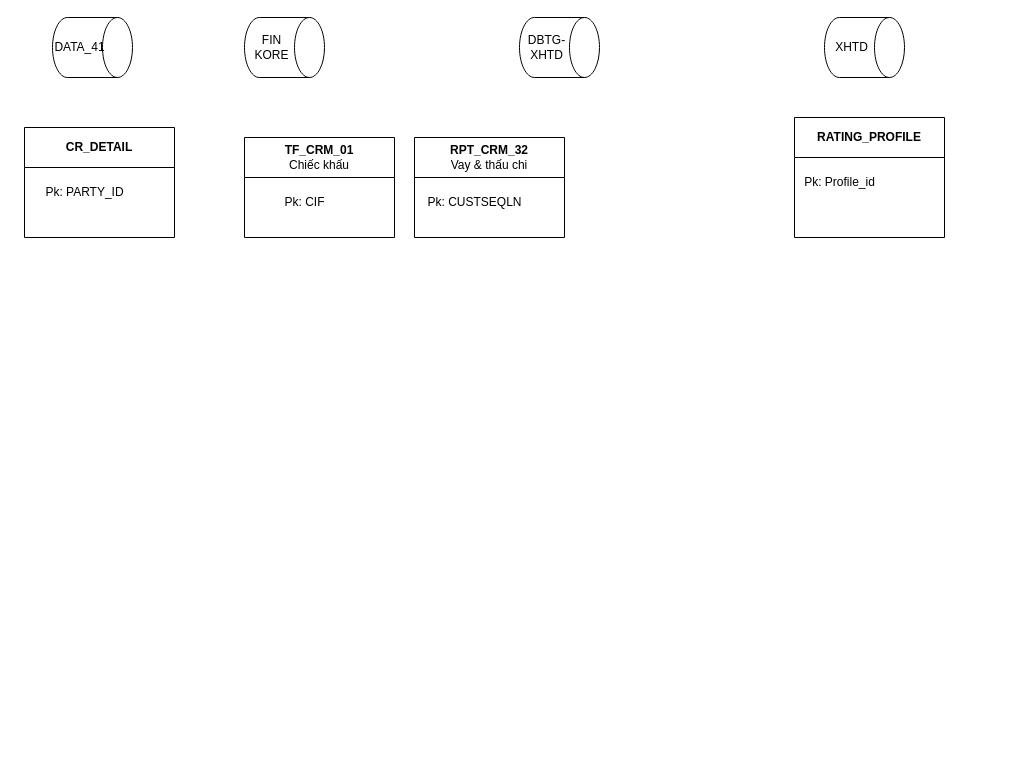
Earlier version of the draw.io diagram Untitled Diagram.drawio (Midland-tanaka/XHTD). Source tidied: cells renumbered, new cells numbered last; positions are measured from the earlier drawing's top-left corner, leaving out a move shared by most shapes. Both pictures are drawn from the tidied source at 100%, with x=0, y=0 at pixel (24, 17).
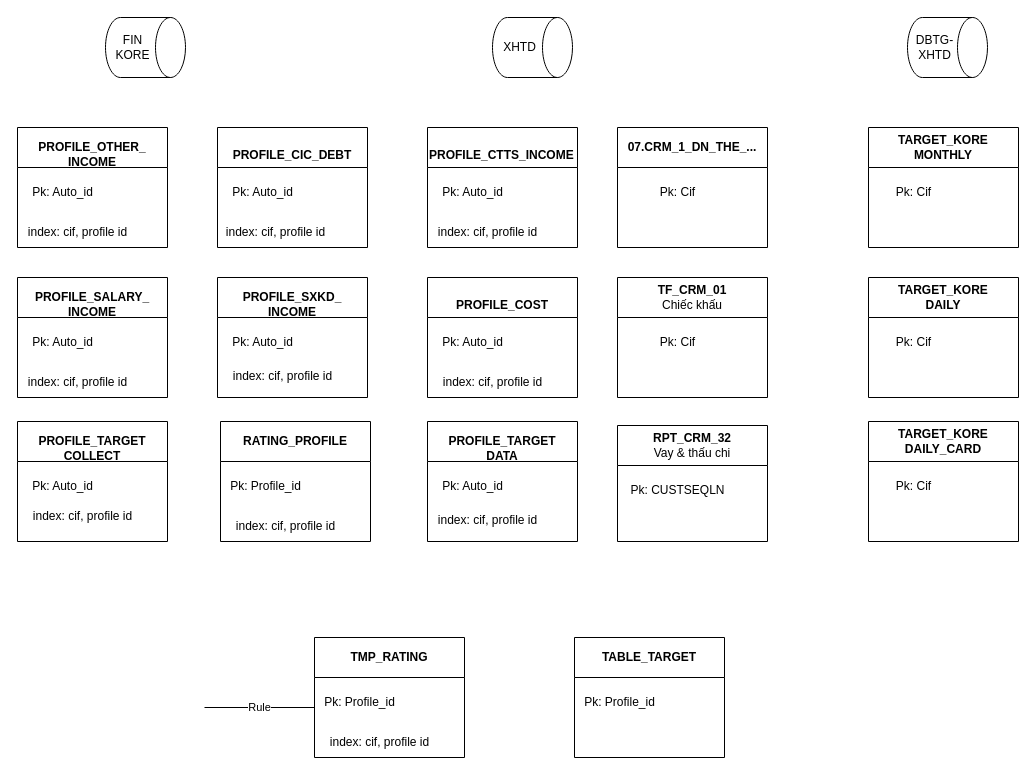
The same page after the edit.

What changed in the source:
```diff
@@
     <mxCell id="2" value="TF_CRM_01&lt;br style=&quot;font-weight: 400;&quot;&gt;&lt;span style=&quot;font-weight: 400;&quot;&gt;Chiếc khấu&lt;/span&gt;" style="swimlane;whiteSpace=wrap;html=1;swimlaneLine=1;shadow=0;rounded=0;startSize=40;arcSize=43;swimlaneFillColor=none;" parent="1" vertex="1">
-      <mxGeometry x="220" y="120" width="150" height="100" as="geometry" />
+      <mxGeometry x="593" y="260" width="150" height="120" as="geometry" />
     </mxCell>
-    <mxCell id="3" value="Pk: CIF" style="text;html=1;align=center;verticalAlign=middle;strokeColor=none;fillColor=none;" parent="2" vertex="1">
+    <mxCell id="3" value="Pk: Cif" style="text;html=1;align=center;verticalAlign=middle;strokeColor=none;fillColor=none;" parent="2" vertex="1">
       <mxGeometry x="30" y="50" width="60" height="30" as="geometry" />
     </mxCell>
-    <mxCell id="4" value="DATA_41" style="shape=cylinder3;whiteSpace=wrap;html=1;boundedLbl=1;backgroundOutline=1;size=15;direction=south;" parent="1" vertex="1">
-      <mxGeometry x="28" width="80" height="60" as="geometry" />
-    </mxCell>
     <mxCell id="5" value="XHTD" style="shape=cylinder3;whiteSpace=wrap;html=1;boundedLbl=1;backgroundOutline=1;size=15;direction=south;" parent="1" vertex="1">
-      <mxGeometry x="800" width="80" height="60" as="geometry" />
+      <mxGeometry x="468" width="80" height="60" as="geometry" />
     </mxCell>
     <mxCell id="6" value="DBTG-XHTD" style="shape=cylinder3;whiteSpace=wrap;html=1;boundedLbl=1;backgroundOutline=1;size=15;direction=south;" parent="1" vertex="1">
-      <mxGeometry x="495" width="80" height="60" as="geometry" />
+      <mxGeometry x="883" width="80" height="60" as="geometry" />
     </mxCell>
     <mxCell id="7" value="FIN&lt;br&gt;KORE" style="shape=cylinder3;whiteSpace=wrap;html=1;boundedLbl=1;backgroundOutline=1;size=15;direction=south;" parent="1" vertex="1">
-      <mxGeometry x="220" width="80" height="60" as="geometry" />
+      <mxGeometry x="81" width="80" height="60" as="geometry" />
     </mxCell>
     <mxCell id="8" value="RATING_PROFILE" style="swimlane;whiteSpace=wrap;html=1;swimlaneLine=1;shadow=0;rounded=0;startSize=40;arcSize=43;swimlaneFillColor=none;" parent="1" vertex="1">
-      <mxGeometry x="770" y="100" width="150" height="120" as="geometry" />
+      <mxGeometry x="196" y="404" width="150" height="120" as="geometry" />
     </mxCell>
@@
+    <mxCell id="14" value="index: cif, profile id" style="text;html=1;align=center;verticalAlign=middle;strokeColor=none;fillColor=none;" parent="8" vertex="1">
+      <mxGeometry x="5" y="90" width="120" height="30" as="geometry" />
+    </mxCell>
     <mxCell id="10" value="RPT_CRM_32&lt;br style=&quot;font-weight: 400;&quot;&gt;&lt;span style=&quot;font-weight: 400;&quot;&gt;Vay &amp;amp; thấu chi&lt;/span&gt;" style="swimlane;whiteSpace=wrap;html=1;swimlaneLine=1;shadow=0;rounded=0;startSize=40;arcSize=43;swimlaneFillColor=none;" parent="1" vertex="1">
-      <mxGeometry x="390" y="120" width="150" height="100" as="geometry" />
+      <mxGeometry x="593" y="408" width="150" height="116" as="geometry" />
     </mxCell>
@@
-    <mxCell id="12" value="CR_DETAIL" style="swimlane;whiteSpace=wrap;html=1;swimlaneLine=1;shadow=0;rounded=0;startSize=40;arcSize=43;swimlaneFillColor=none;" parent="1" vertex="1">
-      <mxGeometry y="110" width="150" height="110" as="geometry" />
-    </mxCell>
-    <mxCell id="13" value="Pk: PARTY_ID" style="text;html=1;align=center;verticalAlign=middle;strokeColor=none;fillColor=none;" parent="12" vertex="1">
-      <mxGeometry x="10" y="50" width="100" height="30" as="geometry" />
-    </mxCell>
+    <mxCell id="15" value="07.CRM_1_DN_THE_..." style="swimlane;whiteSpace=wrap;html=1;swimlaneLine=1;shadow=0;rounded=0;startSize=40;arcSize=43;swimlaneFillColor=none;" parent="1" vertex="1">
+      <mxGeometry x="593" y="110" width="150" height="120" as="geometry" />
+    </mxCell>
+    <mxCell id="16" value="Pk: Cif" style="text;html=1;align=center;verticalAlign=middle;strokeColor=none;fillColor=none;" parent="15" vertex="1">
+      <mxGeometry x="30" y="50" width="60" height="30" as="geometry" />
+    </mxCell>
+    <mxCell id="17" value="&lt;table style=&quot;border-collapse:&lt;br/&gt; collapse;width:62pt&quot; width=&quot;83&quot; cellspacing=&quot;0&quot; cellpadding=&quot;0&quot; border=&quot;0&quot;&gt;&lt;tbody&gt;&lt;tr style=&quot;height:16.8pt&quot; height=&quot;22&quot;&gt;&lt;br/&gt;  &lt;td style=&quot;height:16.8pt;width:62pt&quot; width=&quot;83&quot; class=&quot;xl63&quot; height=&quot;22&quot;&gt;PROFILE_CIC_DEBT&lt;/td&gt;&lt;/tr&gt;&lt;/tbody&gt;&lt;/table&gt;" style="swimlane;whiteSpace=wrap;html=1;swimlaneLine=1;shadow=0;rounded=0;startSize=40;arcSize=43;swimlaneFillColor=none;" parent="1" vertex="1">
+      <mxGeometry x="193" y="110" width="150" height="120" as="geometry" />
+    </mxCell>
+    <mxCell id="18" value="Pk: Auto_id" style="text;html=1;align=center;verticalAlign=middle;strokeColor=none;fillColor=none;" parent="17" vertex="1">
+      <mxGeometry x="5" y="50" width="80" height="30" as="geometry" />
+    </mxCell>
+    <mxCell id="19" value="index: cif, profile id" style="text;html=1;align=center;verticalAlign=middle;strokeColor=none;fillColor=none;" parent="17" vertex="1">
+      <mxGeometry x="-2" y="90" width="120" height="30" as="geometry" />
+    </mxCell>
+    <mxCell id="20" value="&lt;br&gt;&lt;table style=&quot;border-collapse:&lt;br/&gt; collapse;width:62pt&quot; width=&quot;83&quot; cellspacing=&quot;0&quot; cellpadding=&quot;0&quot; border=&quot;0&quot;&gt;&lt;tbody&gt;&lt;tr style=&quot;height:16.8pt&quot; height=&quot;22&quot;&gt;  &lt;td style=&quot;height:16.8pt;width:62pt&quot; width=&quot;83&quot; class=&quot;xl63&quot; height=&quot;22&quot;&gt;PROFILE_COST&lt;/td&gt;&lt;/tr&gt;&lt;/tbody&gt;&lt;/table&gt;" style="swimlane;whiteSpace=wrap;html=1;swimlaneLine=1;shadow=0;rounded=0;startSize=40;arcSize=43;swimlaneFillColor=none;" parent="1" vertex="1">
+      <mxGeometry x="403" y="260" width="150" height="120" as="geometry" />
+    </mxCell>
+    <mxCell id="21" value="Pk: Auto_id" style="text;html=1;align=center;verticalAlign=middle;strokeColor=none;fillColor=none;" parent="20" vertex="1">
+      <mxGeometry x="5" y="50" width="80" height="30" as="geometry" />
+    </mxCell>
+    <mxCell id="22" value="index: cif, profile id" style="text;html=1;align=center;verticalAlign=middle;strokeColor=none;fillColor=none;" parent="20" vertex="1">
+      <mxGeometry x="5" y="90" width="120" height="30" as="geometry" />
+    </mxCell>
+    <mxCell id="23" value="&lt;table style=&quot;border-collapse:&lt;br/&gt; collapse;width:75pt&quot; width=&quot;100&quot; cellspacing=&quot;0&quot; cellpadding=&quot;0&quot; border=&quot;0&quot;&gt;&lt;tbody&gt;&lt;tr style=&quot;height:13.8pt&quot; height=&quot;18&quot;&gt;&lt;br/&gt;  &lt;td style=&quot;height:13.8pt;width:75pt&quot; width=&quot;100&quot; class=&quot;xl65&quot; height=&quot;18&quot;&gt;PROFILE_CTTS_INCOME&lt;/td&gt;&lt;/tr&gt;&lt;/tbody&gt;&lt;/table&gt;" style="swimlane;whiteSpace=wrap;html=1;swimlaneLine=1;shadow=0;rounded=0;startSize=40;arcSize=43;swimlaneFillColor=none;align=left;" parent="1" vertex="1">
+      <mxGeometry x="403" y="110" width="150" height="120" as="geometry" />
+    </mxCell>
+    <mxCell id="24" value="Pk: Auto_id" style="text;html=1;align=center;verticalAlign=middle;strokeColor=none;fillColor=none;" parent="23" vertex="1">
+      <mxGeometry x="5" y="50" width="80" height="30" as="geometry" />
+    </mxCell>
+    <mxCell id="25" value="index: cif, profile id" style="text;html=1;align=center;verticalAlign=middle;strokeColor=none;fillColor=none;" parent="23" vertex="1">
+      <mxGeometry y="90" width="120" height="30" as="geometry" />
+    </mxCell>
+    <mxCell id="26" value="&lt;br&gt;&lt;table style=&quot;border-collapse:&lt;br/&gt; collapse;width:75pt&quot; width=&quot;100&quot; cellspacing=&quot;0&quot; cellpadding=&quot;0&quot; border=&quot;0&quot;&gt;&lt;tbody&gt;&lt;tr style=&quot;height:13.8pt&quot; height=&quot;18&quot;&gt;  &lt;td style=&quot;height:13.8pt;width:75pt&quot; width=&quot;100&quot; class=&quot;xl65&quot; height=&quot;18&quot;&gt;PROFILE_OTHER_&lt;br&gt;INCOME&lt;/td&gt;&lt;/tr&gt;&lt;/tbody&gt;&lt;/table&gt;" style="swimlane;whiteSpace=wrap;html=1;swimlaneLine=1;shadow=0;rounded=0;startSize=40;arcSize=43;swimlaneFillColor=none;" parent="1" vertex="1">
+      <mxGeometry x="-7" y="110" width="150" height="120" as="geometry" />
+    </mxCell>
+    <mxCell id="27" value="Pk: Auto_id" style="text;html=1;align=center;verticalAlign=middle;strokeColor=none;fillColor=none;" parent="26" vertex="1">
+      <mxGeometry x="5" y="50" width="80" height="30" as="geometry" />
+    </mxCell>
+    <mxCell id="28" value="index: cif, profile id" style="text;html=1;align=center;verticalAlign=middle;strokeColor=none;fillColor=none;" parent="26" vertex="1">
+      <mxGeometry y="90" width="120" height="30" as="geometry" />
+    </mxCell>
+    <mxCell id="29" value="&lt;br&gt;&lt;table style=&quot;border-collapse:&lt;br/&gt; collapse;width:75pt&quot; width=&quot;100&quot; cellspacing=&quot;0&quot; cellpadding=&quot;0&quot; border=&quot;0&quot;&gt;&lt;tbody&gt;&lt;tr style=&quot;height:13.8pt&quot; height=&quot;18&quot;&gt;  &lt;td style=&quot;height:13.8pt;width:75pt&quot; width=&quot;100&quot; class=&quot;xl65&quot; height=&quot;18&quot;&gt;PROFILE_SALARY_&lt;br&gt;INCOME&lt;/td&gt;&lt;/tr&gt;&lt;/tbody&gt;&lt;/table&gt;" style="swimlane;whiteSpace=wrap;html=1;swimlaneLine=1;shadow=0;rounded=0;startSize=40;arcSize=43;swimlaneFillColor=none;" parent="1" vertex="1">
+      <mxGeometry x="-7" y="260" width="150" height="120" as="geometry" />
+    </mxCell>
+    <mxCell id="30" value="Pk: Auto_id" style="text;html=1;align=center;verticalAlign=middle;strokeColor=none;fillColor=none;" parent="29" vertex="1">
+      <mxGeometry x="5" y="50" width="80" height="30" as="geometry" />
+    </mxCell>
+    <mxCell id="31" value="index: cif, profile id" style="text;html=1;align=center;verticalAlign=middle;strokeColor=none;fillColor=none;" parent="29" vertex="1">
+      <mxGeometry y="90" width="120" height="30" as="geometry" />
+    </mxCell>
+    <mxCell id="32" value="&lt;br&gt;&lt;table style=&quot;border-collapse:&lt;br/&gt; collapse;width:75pt&quot; width=&quot;100&quot; cellspacing=&quot;0&quot; cellpadding=&quot;0&quot; border=&quot;0&quot;&gt;&lt;tbody&gt;&lt;tr style=&quot;height:13.8pt&quot; height=&quot;18&quot;&gt;  &lt;td style=&quot;height:13.8pt;width:75pt&quot; width=&quot;100&quot; class=&quot;xl65&quot; height=&quot;18&quot;&gt;PROFILE_SXKD_&lt;br&gt;INCOME&lt;/td&gt;&lt;/tr&gt;&lt;/tbody&gt;&lt;/table&gt;" style="swimlane;whiteSpace=wrap;html=1;swimlaneLine=1;shadow=0;rounded=0;startSize=40;arcSize=43;swimlaneFillColor=none;" parent="1" vertex="1">
+      <mxGeometry x="193" y="260" width="150" height="120" as="geometry" />
+    </mxCell>
+    <mxCell id="33" value="Pk: Auto_id" style="text;html=1;align=center;verticalAlign=middle;strokeColor=none;fillColor=none;" parent="32" vertex="1">
+      <mxGeometry x="5" y="50" width="80" height="30" as="geometry" />
+    </mxCell>
+    <mxCell id="34" value="index: cif, profile id" style="text;html=1;align=center;verticalAlign=middle;strokeColor=none;fillColor=none;" parent="32" vertex="1">
+      <mxGeometry x="5" y="84" width="120" height="30" as="geometry" />
+    </mxCell>
+    <mxCell id="35" value="&lt;br&gt;&lt;table style=&quot;border-collapse:&lt;br/&gt; collapse;width:75pt&quot; width=&quot;100&quot; cellspacing=&quot;0&quot; cellpadding=&quot;0&quot; border=&quot;0&quot;&gt;&lt;tbody&gt;&lt;tr style=&quot;height:13.8pt&quot; height=&quot;18&quot;&gt;  &lt;td style=&quot;height:13.8pt;width:75pt&quot; width=&quot;100&quot; class=&quot;xl65&quot; height=&quot;18&quot;&gt;PROFILE_TARGET&lt;br&gt;COLLECT&lt;/td&gt;&lt;/tr&gt;&lt;/tbody&gt;&lt;/table&gt;" style="swimlane;whiteSpace=wrap;html=1;swimlaneLine=1;shadow=0;rounded=0;startSize=40;arcSize=43;swimlaneFillColor=none;" parent="1" vertex="1">
+      <mxGeometry x="-7" y="404" width="150" height="120" as="geometry" />
+    </mxCell>
+    <mxCell id="36" value="Pk: Auto_id" style="text;html=1;align=center;verticalAlign=middle;strokeColor=none;fillColor=none;" parent="35" vertex="1">
+      <mxGeometry x="5" y="50" width="80" height="30" as="geometry" />
+    </mxCell>
+    <mxCell id="37" value="index: cif, profile id" style="text;html=1;align=center;verticalAlign=middle;strokeColor=none;fillColor=none;" parent="35" vertex="1">
+      <mxGeometry x="5" y="80" width="120" height="30" as="geometry" />
+    </mxCell>
+    <mxCell id="38" value="&lt;br&gt;&lt;table style=&quot;border-collapse:&lt;br/&gt; collapse;width:75pt&quot; width=&quot;100&quot; cellspacing=&quot;0&quot; cellpadding=&quot;0&quot; border=&quot;0&quot;&gt;&lt;tbody&gt;&lt;tr style=&quot;height:13.8pt&quot; height=&quot;18&quot;&gt;  &lt;td style=&quot;height:13.8pt;width:75pt&quot; width=&quot;100&quot; class=&quot;xl65&quot; height=&quot;18&quot;&gt;PROFILE_TARGET&lt;br&gt;DATA&lt;/td&gt;&lt;/tr&gt;&lt;/tbody&gt;&lt;/table&gt;" style="swimlane;whiteSpace=wrap;html=1;swimlaneLine=1;shadow=0;rounded=0;startSize=40;arcSize=43;swimlaneFillColor=none;" parent="1" vertex="1">
+      <mxGeometry x="403" y="404" width="150" height="120" as="geometry" />
+    </mxCell>
+    <mxCell id="39" value="Pk: Auto_id" style="text;html=1;align=center;verticalAlign=middle;strokeColor=none;fillColor=none;" parent="38" vertex="1">
+      <mxGeometry x="5" y="50" width="80" height="30" as="geometry" />
+    </mxCell>
+    <mxCell id="40" value="index: cif, profile id" style="text;html=1;align=center;verticalAlign=middle;strokeColor=none;fillColor=none;" parent="38" vertex="1">
+      <mxGeometry y="84" width="120" height="30" as="geometry" />
+    </mxCell>
+    <mxCell id="41" value="TARGET_KORE&lt;br&gt;MONTHLY" style="swimlane;whiteSpace=wrap;html=1;swimlaneLine=1;shadow=0;rounded=0;startSize=40;arcSize=43;swimlaneFillColor=none;" parent="1" vertex="1">
+      <mxGeometry x="844" y="110" width="150" height="120" as="geometry" />
+    </mxCell>
+    <mxCell id="42" value="Pk: Cif" style="text;html=1;align=center;verticalAlign=middle;strokeColor=none;fillColor=none;" parent="41" vertex="1">
+      <mxGeometry x="15" y="50" width="60" height="30" as="geometry" />
+    </mxCell>
+    <mxCell id="43" value="TARGET_KORE&lt;br&gt;DAILY" style="swimlane;whiteSpace=wrap;html=1;swimlaneLine=1;shadow=0;rounded=0;startSize=40;arcSize=43;swimlaneFillColor=none;" parent="1" vertex="1">
+      <mxGeometry x="844" y="260" width="150" height="120" as="geometry" />
+    </mxCell>
+    <mxCell id="44" value="Pk: Cif" style="text;html=1;align=center;verticalAlign=middle;strokeColor=none;fillColor=none;" parent="43" vertex="1">
+      <mxGeometry x="15" y="50" width="60" height="30" as="geometry" />
+    </mxCell>
+    <mxCell id="45" value="TARGET_KORE&lt;br&gt;DAILY_CARD" style="swimlane;whiteSpace=wrap;html=1;swimlaneLine=1;shadow=0;rounded=0;startSize=40;arcSize=43;swimlaneFillColor=none;" parent="1" vertex="1">
+      <mxGeometry x="844" y="404" width="150" height="120" as="geometry" />
+    </mxCell>
+    <mxCell id="46" value="Pk: Cif" style="text;html=1;align=center;verticalAlign=middle;strokeColor=none;fillColor=none;" parent="45" vertex="1">
+      <mxGeometry x="15" y="50" width="60" height="30" as="geometry" />
+    </mxCell>
+    <mxCell id="47" value="TABLE_TARGET" style="swimlane;whiteSpace=wrap;html=1;swimlaneLine=1;shadow=0;rounded=0;startSize=40;arcSize=43;swimlaneFillColor=none;" parent="1" vertex="1">
+      <mxGeometry x="550" y="620" width="150" height="120" as="geometry" />
+    </mxCell>
+    <mxCell id="48" value="Pk: Profile_id" style="text;html=1;align=center;verticalAlign=middle;strokeColor=none;fillColor=none;" parent="47" vertex="1">
+      <mxGeometry y="50" width="90" height="30" as="geometry" />
+    </mxCell>
+    <mxCell id="49" value="Rule" style="endArrow=none;html=1;rounded=0;" parent="1" edge="1">
+      <mxGeometry relative="1" as="geometry">
+        <mxPoint x="180" y="690" as="sourcePoint" />
+        <mxPoint x="290" y="690" as="targetPoint" />
+      </mxGeometry>
+    </mxCell>
+    <mxCell id="50" value="TMP_RATING" style="swimlane;whiteSpace=wrap;html=1;swimlaneLine=1;shadow=0;rounded=0;startSize=40;arcSize=43;swimlaneFillColor=none;" parent="1" vertex="1">
+      <mxGeometry x="290" y="620" width="150" height="120" as="geometry" />
+    </mxCell>
+    <mxCell id="51" value="Pk: Profile_id" style="text;html=1;align=center;verticalAlign=middle;strokeColor=none;fillColor=none;" parent="50" vertex="1">
+      <mxGeometry y="50" width="90" height="30" as="geometry" />
+    </mxCell>
+    <mxCell id="52" value="index: cif, profile id" style="text;html=1;align=center;verticalAlign=middle;strokeColor=none;fillColor=none;" parent="50" vertex="1">
+      <mxGeometry x="5" y="90" width="120" height="30" as="geometry" />
+    </mxCell>
```
